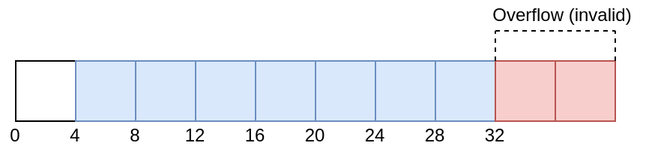
KhronosGroup/Vulkan-Guide keeps this draw.io diagram as chapters/images/descriptor_dynamic_offset_example_d.png. Above is the earlier version. Source tidied: cells renumbered, new cells last; positions are measured from the earlier drawing's top-left corner, leaving out a move shared by most shapes. The source it was exported from:
```xml
<mxGraphModel>
  <root>
    <mxCell id="0" />
    <mxCell id="1" parent="0" />
    <mxCell id="2" style="rounded=0;whiteSpace=wrap;html=1;" parent="1" vertex="1">
      <mxGeometry x="10" y="40" width="40" height="40" as="geometry" />
    </mxCell>
    <mxCell id="3" style="rounded=0;whiteSpace=wrap;html=1;fillColor=#dae8fc;strokeColor=#6c8ebf;" parent="1" vertex="1">
      <mxGeometry x="50" y="40" width="40" height="40" as="geometry" />
    </mxCell>
    <mxCell id="4" style="rounded=0;whiteSpace=wrap;html=1;fillColor=#dae8fc;strokeColor=#6c8ebf;" parent="1" vertex="1">
      <mxGeometry x="90" y="40" width="40" height="40" as="geometry" />
    </mxCell>
    <mxCell id="5" style="rounded=0;whiteSpace=wrap;html=1;fillColor=#dae8fc;strokeColor=#6c8ebf;" parent="1" vertex="1">
      <mxGeometry x="130" y="40" width="40" height="40" as="geometry" />
    </mxCell>
    <mxCell id="6" style="rounded=0;whiteSpace=wrap;html=1;fillColor=#dae8fc;strokeColor=#6c8ebf;" parent="1" vertex="1">
      <mxGeometry x="170" y="40" width="40" height="40" as="geometry" />
    </mxCell>
    <mxCell id="7" value="0" style="text;html=1;strokeColor=none;fillColor=none;align=center;verticalAlign=middle;whiteSpace=wrap;rounded=0;" parent="1" vertex="1">
      <mxGeometry y="80" width="20" height="20" as="geometry" />
    </mxCell>
    <mxCell id="8" value="4" style="text;html=1;strokeColor=none;fillColor=none;align=center;verticalAlign=middle;whiteSpace=wrap;rounded=0;" parent="1" vertex="1">
      <mxGeometry x="40" y="80" width="20" height="20" as="geometry" />
    </mxCell>
    <mxCell id="9" value="8" style="text;html=1;strokeColor=none;fillColor=none;align=center;verticalAlign=middle;whiteSpace=wrap;rounded=0;" parent="1" vertex="1">
      <mxGeometry x="80" y="80" width="20" height="20" as="geometry" />
    </mxCell>
    <mxCell id="10" value="12" style="text;html=1;strokeColor=none;fillColor=none;align=center;verticalAlign=middle;whiteSpace=wrap;rounded=0;" parent="1" vertex="1">
      <mxGeometry x="120" y="80" width="20" height="20" as="geometry" />
    </mxCell>
    <mxCell id="11" value="16" style="text;html=1;strokeColor=none;fillColor=none;align=center;verticalAlign=middle;whiteSpace=wrap;rounded=0;" parent="1" vertex="1">
      <mxGeometry x="160" y="80" width="20" height="20" as="geometry" />
    </mxCell>
    <mxCell id="12" style="rounded=0;whiteSpace=wrap;html=1;fillColor=#dae8fc;strokeColor=#6c8ebf;" parent="1" vertex="1">
      <mxGeometry x="210" y="40" width="40" height="40" as="geometry" />
    </mxCell>
    <mxCell id="13" style="rounded=0;whiteSpace=wrap;html=1;fillColor=#dae8fc;strokeColor=#6c8ebf;" parent="1" vertex="1">
      <mxGeometry x="250" y="40" width="40" height="40" as="geometry" />
    </mxCell>
    <mxCell id="14" style="rounded=0;whiteSpace=wrap;html=1;fillColor=#dae8fc;strokeColor=#6c8ebf;" parent="1" vertex="1">
      <mxGeometry x="290" y="40" width="40" height="40" as="geometry" />
    </mxCell>
    <mxCell id="15" value="20" style="text;html=1;strokeColor=none;fillColor=none;align=center;verticalAlign=middle;whiteSpace=wrap;rounded=0;" parent="1" vertex="1">
      <mxGeometry x="200" y="80" width="20" height="20" as="geometry" />
    </mxCell>
    <mxCell id="16" value="24" style="text;html=1;strokeColor=none;fillColor=none;align=center;verticalAlign=middle;whiteSpace=wrap;rounded=0;" parent="1" vertex="1">
      <mxGeometry x="240" y="80" width="20" height="20" as="geometry" />
    </mxCell>
    <mxCell id="17" value="28" style="text;html=1;strokeColor=none;fillColor=none;align=center;verticalAlign=middle;whiteSpace=wrap;rounded=0;" parent="1" vertex="1">
      <mxGeometry x="280" y="80" width="20" height="20" as="geometry" />
    </mxCell>
    <mxCell id="18" value="32" style="text;html=1;strokeColor=none;fillColor=none;align=center;verticalAlign=middle;whiteSpace=wrap;rounded=0;" parent="1" vertex="1">
      <mxGeometry x="320" y="80" width="20" height="20" as="geometry" />
    </mxCell>
    <mxCell id="19" style="rounded=0;whiteSpace=wrap;html=1;fillColor=#f8cecc;strokeColor=#b85450;" parent="1" vertex="1">
      <mxGeometry x="330" y="40" width="40" height="40" as="geometry" />
    </mxCell>
    <mxCell id="20" style="rounded=0;whiteSpace=wrap;html=1;fillColor=#f8cecc;strokeColor=#b85450;" parent="1" vertex="1">
      <mxGeometry x="370" y="40" width="40" height="40" as="geometry" />
    </mxCell>
    <mxCell id="21" style="endArrow=none;html=1;rounded=0;dashed=1;" parent="1" edge="1">
      <mxGeometry relative="1" as="geometry">
        <mxPoint x="330" y="20" as="sourcePoint" />
        <mxPoint x="410" y="20" as="targetPoint" />
      </mxGeometry>
    </mxCell>
    <mxCell id="22" style="endArrow=none;html=1;rounded=0;exitX=0;exitY=0;exitDx=0;exitDy=0;dashed=1;" parent="1" edge="1" source="19">
      <mxGeometry relative="1" as="geometry">
        <mxPoint x="330" y="20" as="targetPoint" />
      </mxGeometry>
    </mxCell>
    <mxCell id="23" style="endArrow=none;html=1;rounded=0;exitX=1;exitY=0;exitDx=0;exitDy=0;dashed=1;" parent="1" edge="1" source="20">
      <mxGeometry relative="1" as="geometry">
        <mxPoint x="410" y="20" as="targetPoint" />
      </mxGeometry>
    </mxCell>
    <mxCell id="24" value="Overflow (invalid)" style="text;html=1;strokeColor=none;fillColor=none;align=center;verticalAlign=middle;whiteSpace=wrap;rounded=0;" parent="1" vertex="1">
      <mxGeometry x="320" width="110" height="20" as="geometry" />
    </mxCell>
  </root>
</mxGraphModel>
```
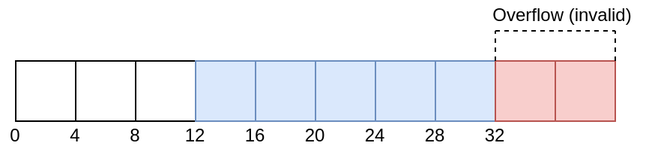
After the change.

Commit message:
Fix dynamic offset image (#162)

Change to the diagram source:
```diff
@@ -5,10 +5,10 @@
     <mxCell id="2" style="rounded=0;whiteSpace=wrap;html=1;" parent="1" vertex="1">
       <mxGeometry x="10" y="40" width="40" height="40" as="geometry" />
     </mxCell>
-    <mxCell id="3" style="rounded=0;whiteSpace=wrap;html=1;fillColor=#dae8fc;strokeColor=#6c8ebf;" parent="1" vertex="1">
+    <mxCell id="3" style="rounded=0;whiteSpace=wrap;html=1;" parent="1" vertex="1">
       <mxGeometry x="50" y="40" width="40" height="40" as="geometry" />
     </mxCell>
-    <mxCell id="4" style="rounded=0;whiteSpace=wrap;html=1;fillColor=#dae8fc;strokeColor=#6c8ebf;" parent="1" vertex="1">
+    <mxCell id="4" style="rounded=0;whiteSpace=wrap;html=1;" parent="1" vertex="1">
       <mxGeometry x="90" y="40" width="40" height="40" as="geometry" />
     </mxCell>
     <mxCell id="5" style="rounded=0;whiteSpace=wrap;html=1;fillColor=#dae8fc;strokeColor=#6c8ebf;" parent="1" vertex="1">
```
